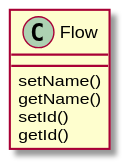
Nefarious46/cfe_18 keeps this PlantUML diagram as docs/doxygen_docs/doxygen/inline_umlgraph_7.svg. Above is the earlier version. Its diagram source:
```plantuml
@startuml inline_umlgraph_7.svg
class Flow{
    setName()
    getName()
    setId()
    getId()
}
@enduml
```
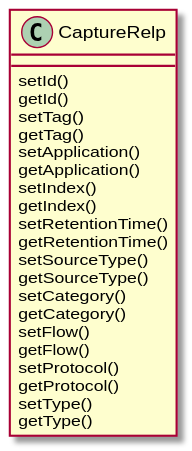
Above is the later version.

What changed in the source:
```diff
@@ -1,8 +1,24 @@
 @startuml inline_umlgraph_7.svg
-class Flow{
-    setName()
-    getName()
+class CaptureRelp {
     setId()
     getId()
+    setTag()
+    getTag()
+    setApplication()
+    getApplication()
+    setIndex()
+    getIndex()
+    setRetentionTime()
+    getRetentionTime()
+    setSourceType()
+    getSourceType()
+    setCategory()
+    getCategory()
+    setFlow()
+    getFlow()
+    setProtocol()
+    getProtocol()
+    setType()
+    getType()
 }
 @enduml
```
